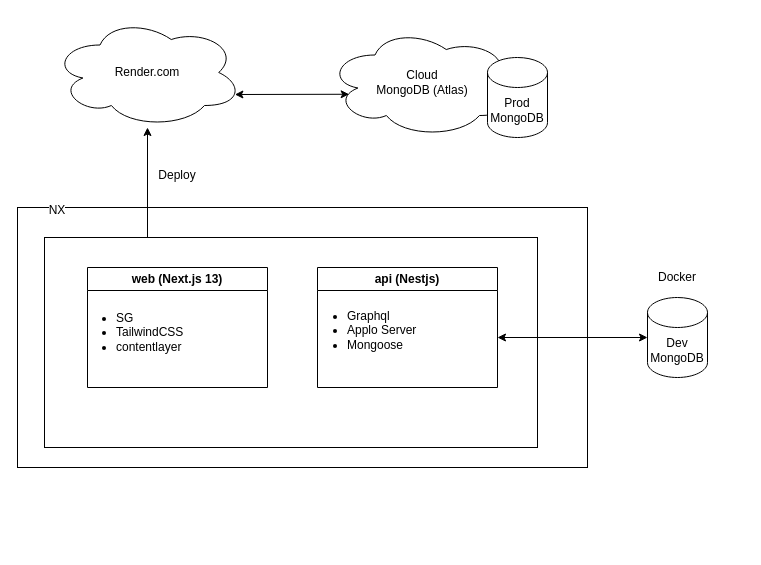
Before: docs/architecture.drawio in atman-33/computing-atman-v4-mk2, a draw.io diagram. Source tidied: cells renumbered, new cells numbered last; positions are measured from the earlier drawing's top-left corner, leaving out a move shared by most shapes. Both pictures are drawn from the tidied source at 100%, with x=0, y=0 at pixel (17, 17).
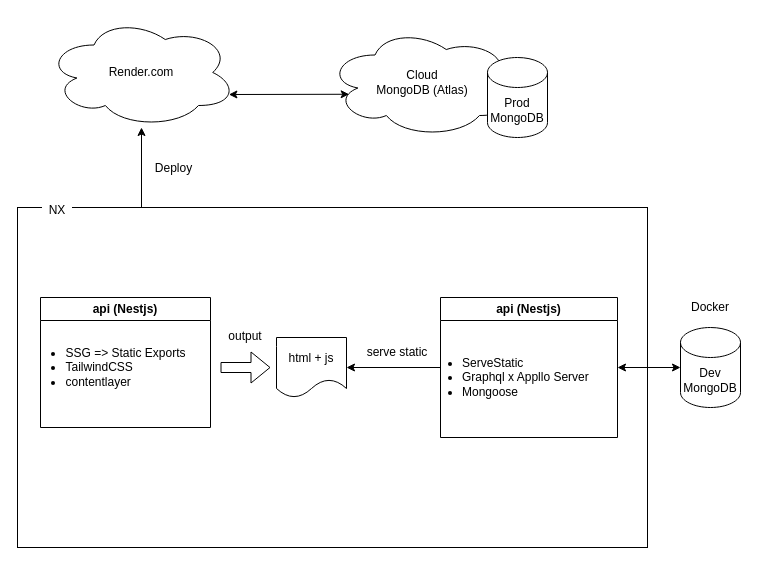
The same diagram, later.

Change to the diagram source:
```diff
@@
     <mxCell id="2" style="whiteSpace=wrap;html=1;fillColor=none;" parent="1" vertex="1">
-      <mxGeometry y="190" width="570" height="260" as="geometry" />
+      <mxGeometry y="190" width="630" height="340" as="geometry" />
     </mxCell>
-    <mxCell id="3" style="rounded=0;whiteSpace=wrap;html=1;fillColor=none;" parent="2" vertex="1">
-      <mxGeometry x="27" y="30" width="493" height="210" as="geometry" />
-    </mxCell>
-    <mxCell id="4" value="api (Nestjs)" style="swimlane;whiteSpace=wrap;html=1;" parent="2" vertex="1">
-      <mxGeometry x="300" y="60" width="180" height="120" as="geometry" />
-    </mxCell>
-    <mxCell id="5" value="&lt;p style=&quot;line-height: 100%;&quot;&gt;&lt;/p&gt;&lt;ul&gt;&lt;li&gt;Graphql&lt;/li&gt;&lt;li&gt;Applo Server&lt;/li&gt;&lt;li&gt;Mongoose&lt;/li&gt;&lt;/ul&gt;&lt;p&gt;&lt;/p&gt;" style="text;html=1;align=left;verticalAlign=middle;strokeColor=none;fillColor=none;spacing=2;spacingTop=0;" parent="4" vertex="1">
-      <mxGeometry x="-12" y="13" width="130" height="100" as="geometry" />
-    </mxCell>
     <mxCell id="6" style="edgeStyle=none;html=1;" parent="1" edge="1" target="7">
       <mxGeometry relative="1" as="geometry">
-        <mxPoint x="130" y="220" as="sourcePoint" />
+        <mxPoint x="124" y="190" as="sourcePoint" />
       </mxGeometry>
     </mxCell>
     <mxCell id="7" value="Render.com" style="ellipse;shape=cloud;whiteSpace=wrap;html=1;" parent="1" vertex="1">
-      <mxGeometry x="35" width="190" height="110" as="geometry" />
+      <mxGeometry x="29" width="190" height="110" as="geometry" />
     </mxCell>
     <mxCell id="8" value="Dev&lt;br&gt;MongoDB" style="shape=cylinder3;whiteSpace=wrap;html=1;boundedLbl=1;backgroundOutline=1;size=15;" parent="1" vertex="1">
-      <mxGeometry x="630" y="280" width="60" height="80" as="geometry" />
+      <mxGeometry x="663" y="310" width="60" height="80" as="geometry" />
     </mxCell>
-    <mxCell id="9" style="endArrow=classic;startArrow=classic;html=1;entryX=0;entryY=0.5;entryDx=0;entryDy=0;entryPerimeter=0;" parent="1" edge="1" target="8">
-      <mxGeometry relative="1" as="geometry">
-        <mxPoint x="480" y="320" as="sourcePoint" />
-      </mxGeometry>
+    <mxCell id="9" style="endArrow=classic;startArrow=classic;html=1;entryX=0;entryY=0.5;entryDx=0;entryDy=0;entryPerimeter=0;exitX=1;exitY=0.5;exitDx=0;exitDy=0;" parent="1" edge="1" source="18" target="8">
+      <mxGeometry relative="1" as="geometry" />
     </mxCell>
@@
-    <mxCell id="11" value="NX" style="text;html=1;strokeColor=none;fillColor=none;align=center;verticalAlign=middle;whiteSpace=wrap;rounded=0;dashed=1;labelBackgroundColor=default;spacingLeft=0;" parent="1" vertex="1">
+    <mxCell id="11" value="&amp;nbsp; NX&amp;nbsp;&amp;nbsp;" style="text;html=1;strokeColor=none;fillColor=none;align=center;verticalAlign=middle;whiteSpace=wrap;rounded=0;dashed=1;labelBackgroundColor=default;spacingLeft=0;labelBorderColor=none;" parent="1" vertex="1">
       <mxGeometry x="10" y="178" width="60" height="30" as="geometry" />
     </mxCell>
-    <mxCell id="12" value="web (Next.js 13)" style="swimlane;whiteSpace=wrap;html=1;" parent="1" vertex="1">
-      <mxGeometry x="70" y="250" width="180" height="120" as="geometry" />
-    </mxCell>
-    <mxCell id="13" value="&lt;p style=&quot;line-height: 100%;&quot;&gt;&lt;/p&gt;&lt;ul&gt;&lt;li&gt;SG&lt;/li&gt;&lt;li&gt;TailwindCSS&lt;/li&gt;&lt;li&gt;contentlayer&lt;/li&gt;&lt;/ul&gt;&lt;p&gt;&lt;/p&gt;" style="text;html=1;align=left;verticalAlign=middle;strokeColor=none;fillColor=none;spacing=2;spacingTop=0;" parent="12" vertex="1">
-      <mxGeometry x="-13" y="15" width="130" height="100" as="geometry" />
-    </mxCell>
     <mxCell id="14" value="&lt;span style=&quot;&quot;&gt;Docker&lt;/span&gt;" style="text;html=1;strokeColor=none;fillColor=none;align=center;verticalAlign=middle;whiteSpace=wrap;rounded=0;dashed=1;spacing=0;labelPosition=center;verticalLabelPosition=middle;labelBackgroundColor=default;" parent="1" vertex="1">
-      <mxGeometry x="627" y="240" width="66" height="40" as="geometry" />
+      <mxGeometry x="660" y="270" width="66" height="40" as="geometry" />
     </mxCell>
@@
     <mxCell id="17" value="&lt;span style=&quot;&quot;&gt;Deploy&lt;/span&gt;" style="text;html=1;strokeColor=none;fillColor=none;align=center;verticalAlign=middle;whiteSpace=wrap;rounded=0;dashed=1;spacing=0;labelPosition=center;verticalLabelPosition=middle;labelBackgroundColor=default;" parent="1" vertex="1">
-      <mxGeometry x="127" y="138" width="66" height="40" as="geometry" />
+      <mxGeometry x="130" y="140" width="53" height="22" as="geometry" />
     </mxCell>
+    <mxCell id="18" value="api (Nestjs)" style="swimlane;whiteSpace=wrap;html=1;" parent="1" vertex="1">
+      <mxGeometry x="423" y="280" width="177" height="140" as="geometry" />
+    </mxCell>
+    <mxCell id="19" value="&lt;ul style=&quot;&quot;&gt;&lt;li&gt;ServeStatic&lt;/li&gt;&lt;li&gt;&lt;span style=&quot;background-color: initial;&quot;&gt;Graphql x Appllo Server&lt;/span&gt;&lt;/li&gt;&lt;li&gt;Mongoose&lt;/li&gt;&lt;/ul&gt;" style="text;html=1;align=left;verticalAlign=middle;strokeColor=none;fillColor=none;spacingLeft=-30;spacing=-10;" parent="18" vertex="1">
+      <mxGeometry x="22" y="45" width="130" height="70" as="geometry" />
+    </mxCell>
+    <mxCell id="20" value="api (Nestjs)" style="swimlane;whiteSpace=wrap;html=1;" parent="1" vertex="1">
+      <mxGeometry x="23" y="280" width="170" height="130" as="geometry" />
+    </mxCell>
+    <mxCell id="21" value="&lt;ul style=&quot;text-align: left;&quot;&gt;&lt;li&gt;SSG =&amp;gt; Static Exports&lt;/li&gt;&lt;li&gt;TailwindCSS&lt;/li&gt;&lt;li&gt;contentlayer&lt;/li&gt;&lt;/ul&gt;" style="text;html=1;align=center;verticalAlign=middle;strokeColor=none;fillColor=none;spacingLeft=-30;spacing=-10;" parent="20" vertex="1">
+      <mxGeometry x="15" y="35" width="130" height="70" as="geometry" />
+    </mxCell>
+    <mxCell id="22" style="shape=flexArrow;endArrow=classic;html=1;" parent="1" edge="1">
+      <mxGeometry relative="1" as="geometry">
+        <mxPoint x="203" y="350" as="sourcePoint" />
+        <mxPoint x="253" y="350" as="targetPoint" />
+      </mxGeometry>
+    </mxCell>
+    <mxCell id="23" value="output" style="text;html=1;strokeColor=none;fillColor=none;align=center;verticalAlign=middle;whiteSpace=wrap;rounded=0;dashed=1;spacing=0;labelPosition=center;verticalLabelPosition=middle;labelBackgroundColor=default;" parent="1" vertex="1">
+      <mxGeometry x="203" y="304" width="50" height="30" as="geometry" />
+    </mxCell>
+    <mxCell id="24" value="html + js" style="shape=document;whiteSpace=wrap;html=1;boundedLbl=1;" parent="1" vertex="1">
+      <mxGeometry x="259" y="320" width="70" height="60" as="geometry" />
+    </mxCell>
+    <mxCell id="25" value="serve static" style="text;html=1;strokeColor=none;fillColor=none;align=center;verticalAlign=middle;whiteSpace=wrap;rounded=0;dashed=1;spacing=0;labelPosition=center;verticalLabelPosition=middle;labelBackgroundColor=default;" parent="1" vertex="1">
+      <mxGeometry x="347" y="320" width="66" height="30" as="geometry" />
+    </mxCell>
+    <mxCell id="26" style="endArrow=classic;html=1;exitX=0;exitY=0.5;exitDx=0;exitDy=0;" parent="1" edge="1" source="18" target="24">
+      <mxGeometry relative="1" as="geometry" />
+    </mxCell>
```
